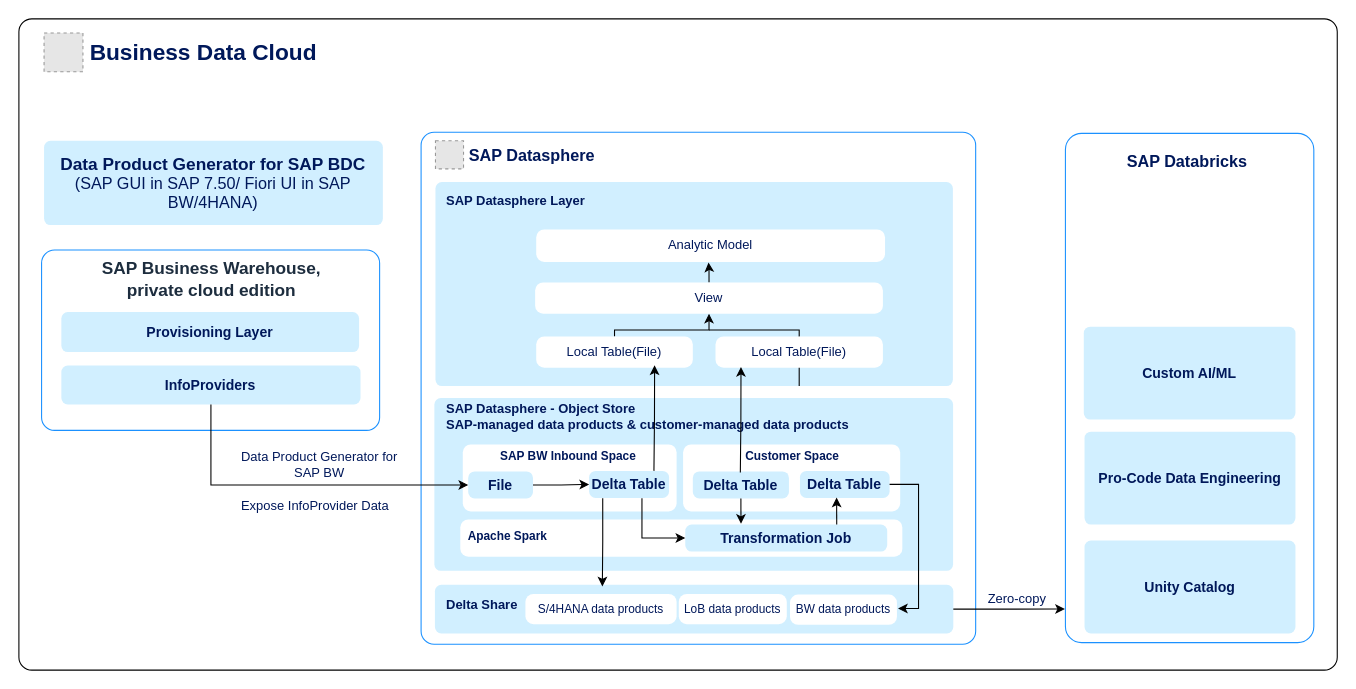
Before: docs/ref-arch/RA0013/4-modernizing-sap-bw-with-sap-bdc/drawio/bw-approach-2.drawio in SAP/architecture-center, a draw.io diagram. Source tidied: cells renumbered, new cells numbered last; positions are measured from the earlier drawing's top-left corner, leaving out a move shared by most shapes. Both pictures are drawn from the tidied source at 108%, with x=0, y=0 at pixel (18, 18). Pictures stored in the file or linked from it are replaced by grey dashed boxes.
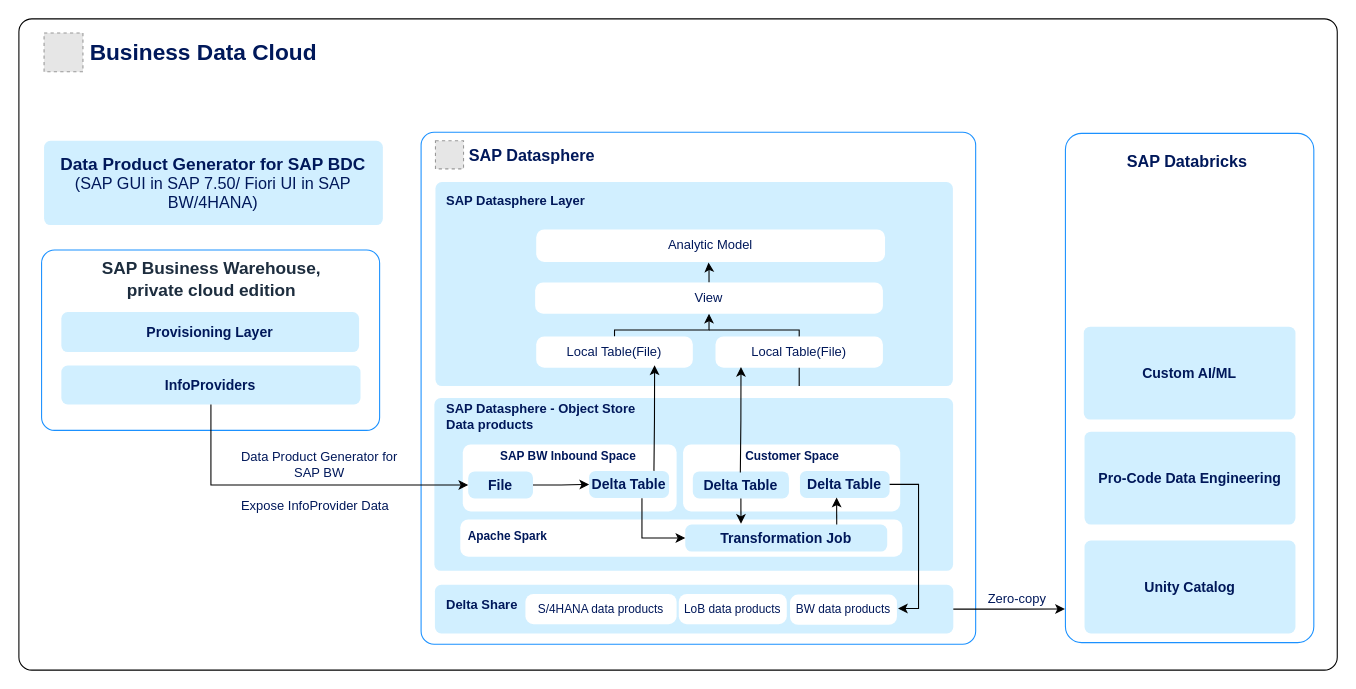
The same diagram, later.

The change refers to these unchanged cells:
```xml
<mxCell id="27" value="&lt;div&gt;&lt;br&gt;&lt;/div&gt;" style="rounded=1;whiteSpace=wrap;html=1;strokeColor=none;fillColor=#D1EFFF;arcSize=12;absoluteArcSize=1;imageWidth=64;imageHeight=64;strokeWidth=1.5;dashed=1;dashPattern=1 2;align=center;verticalAlign=middle;fontFamily=Helvetica;fontSize=11;fontColor=light-dark(#00185A,#CCDDFF);fontStyle=1;gradientColor=none;gradientDirection=south;" parent="1" vertex="1">
  <mxGeometry x="385.2" y="524" width="480" height="45" as="geometry" />
</mxCell>
<mxCell id="31" value="Delta Table" style="rounded=1;whiteSpace=wrap;html=1;strokeColor=none;fillColor=#D1EFFF;arcSize=12;absoluteArcSize=1;imageWidth=64;imageHeight=64;strokeWidth=1.5;dashed=1;dashPattern=1 2;fontSize=13;fontStyle=1;fontColor=light-dark(#00185A,#CCDDFF);align=center;verticalAlign=middle;fontFamily=Helvetica;gradientColor=none;gradientDirection=south;" parent="1" vertex="1">
  <mxGeometry x="528" y="418.5" width="74" height="25" as="geometry" />
</mxCell>
```

What changed in the source:
```diff
@@
-    <mxCell id="14" value="&lt;font face=&quot;arial&quot;&gt;&lt;b&gt;SAP Datasphere - Object Store&amp;nbsp;&lt;/b&gt;&lt;/font&gt;&lt;div&gt;&lt;font face=&quot;arial&quot;&gt;&lt;b&gt;SAP-managed data products &amp;amp; customer-managed data products&lt;/b&gt;&lt;/font&gt;&lt;/div&gt;" style="text;html=1;align=left;verticalAlign=middle;strokeColor=none;fillColor=none;fontSize=12;fontColor=light-dark(#00185A,#C5D9FF);fontFamily=Helvetica;" parent="1" vertex="1">
-      <mxGeometry x="394" y="347" width="391" height="41" as="geometry" />
+    <mxCell id="14" value="&lt;font face=&quot;arial&quot;&gt;&lt;b&gt;SAP Datasphere - Object Store&amp;nbsp;&lt;/b&gt;&lt;/font&gt;&lt;div&gt;&lt;font face=&quot;arial&quot;&gt;&lt;b&gt;Data products&lt;/b&gt;&lt;/font&gt;&lt;/div&gt;" style="text;html=1;align=left;verticalAlign=middle;strokeColor=none;fillColor=none;fontSize=12;fontColor=light-dark(#00185A,#C5D9FF);fontFamily=Helvetica;" parent="1" vertex="1">
+      <mxGeometry x="394" y="347" width="197" height="41" as="geometry" />
     </mxCell>
@@
-    <mxCell id="47" style="edgeStyle=orthogonalEdgeStyle;rounded=0;jettySize=auto;html=1;entryX=0.323;entryY=0.033;entryDx=0;entryDy=0;entryPerimeter=0;exitX=0.17;exitY=1.014;exitDx=0;exitDy=0;exitPerimeter=0;" parent="1" edge="1" source="31" target="27">
-      <mxGeometry relative="1" as="geometry" />
-    </mxCell>
```
